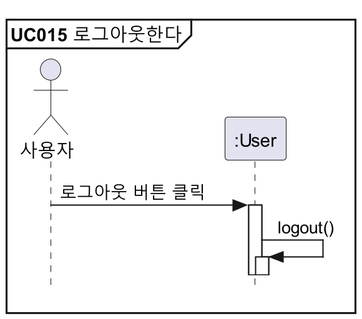
Before: docs/설계명세서/images/seq_diag/uc015.png, a diagram exported from PlantUML (parkchamchi/SoftwareEngineering2023).
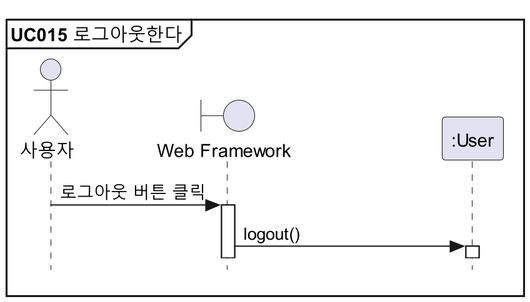
The same diagram one commit later.

The edit, as a diff of the source:
```diff
@@ -3,10 +3,10 @@
 
 mainframe **UC015** 로그아웃한다
 
-actor 사용자
+!includesub style.puml!PARTICIPANTS
 participant ":User" as User
 
-사용자 -> User : 로그아웃 버튼 클릭
-User -> User : logout()
+사용자 -> view : 로그아웃 버튼 클릭
+view -> User : logout()
 
 @enduml
```
